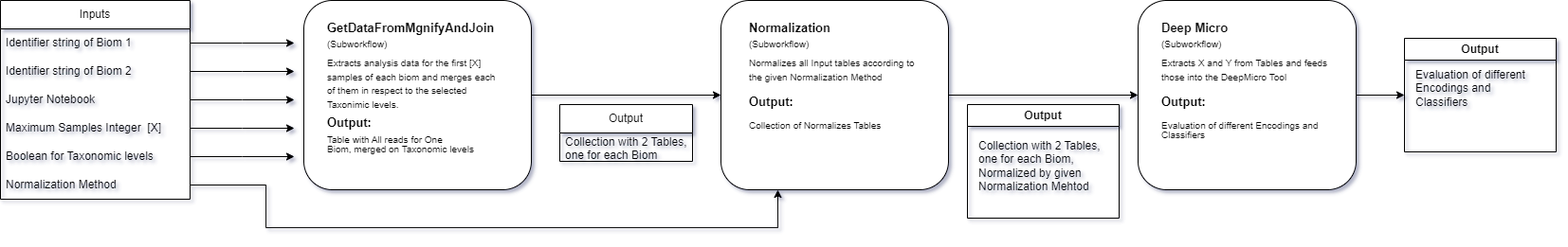
Before: graphs/MgnifyMLAbstract_Fill.png, a diagram exported from draw.io (OskarEffenberger/bachelorProject). Source tidied: cells renumbered, new cells last; positions are measured from the earlier drawing's top-left corner, leaving out a move shared by most shapes.
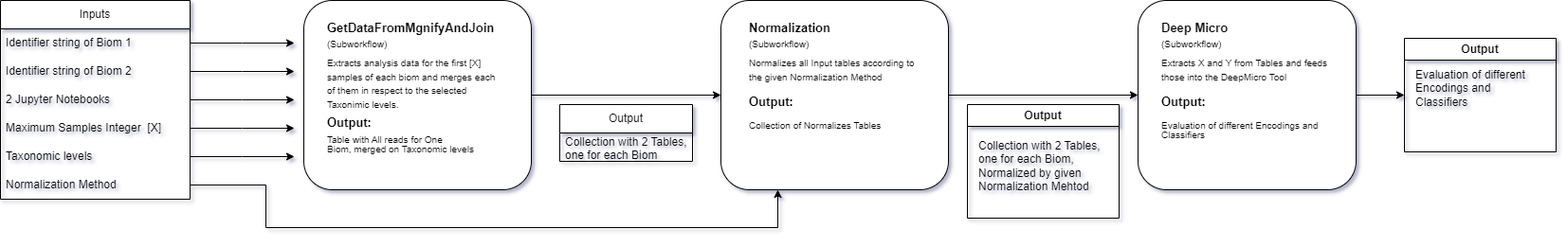
The same file after the commit.

Commit message:
reworked graphs

What changed in the source:
```diff
@@ -44,7 +44,7 @@
         <mxPoint x="310" y="105" as="targetPoint" />
       </mxGeometry>
     </mxCell>
-    <mxCell id="14" value="Jupyter Notebook" style="text;strokeColor=none;fillColor=none;align=left;verticalAlign=middle;spacingLeft=4;spacingRight=4;overflow=hidden;points=[[0,0.5],[1,0.5]];portConstraint=eastwest;whiteSpace=wrap;html=1;" parent="8" vertex="1">
+    <mxCell id="14" value="2 Jupyter Notebooks" style="text;strokeColor=none;fillColor=none;align=left;verticalAlign=middle;spacingLeft=4;spacingRight=4;overflow=hidden;points=[[0,0.5],[1,0.5]];portConstraint=eastwest;whiteSpace=wrap;html=1;" parent="8" vertex="1">
       <mxGeometry y="90" width="200" height="30" as="geometry" />
     </mxCell>
     <mxCell id="15" style="edgeStyle=orthogonalEdgeStyle;rounded=0;jettySize=auto;html=1;" parent="8" edge="1" source="16">
@@ -60,7 +60,7 @@
         <mxPoint x="310" y="165" as="targetPoint" />
       </mxGeometry>
     </mxCell>
-    <mxCell id="18" value="Boolean for Taxonomic levels" style="text;strokeColor=none;fillColor=none;align=left;verticalAlign=middle;spacingLeft=4;spacingRight=4;overflow=hidden;points=[[0,0.5],[1,0.5]];portConstraint=eastwest;whiteSpace=wrap;html=1;" parent="8" vertex="1">
+    <mxCell id="18" value="Taxonomic levels" style="text;strokeColor=none;fillColor=none;align=left;verticalAlign=middle;spacingLeft=4;spacingRight=4;overflow=hidden;points=[[0,0.5],[1,0.5]];portConstraint=eastwest;whiteSpace=wrap;html=1;" parent="8" vertex="1">
       <mxGeometry y="150" width="200" height="30" as="geometry" />
     </mxCell>
     <mxCell id="19" value="Normalization Method" style="text;strokeColor=none;fillColor=none;align=left;verticalAlign=middle;spacingLeft=4;spacingRight=4;overflow=hidden;points=[[0,0.5],[1,0.5]];portConstraint=eastwest;whiteSpace=wrap;html=1;" parent="8" vertex="1">
```
